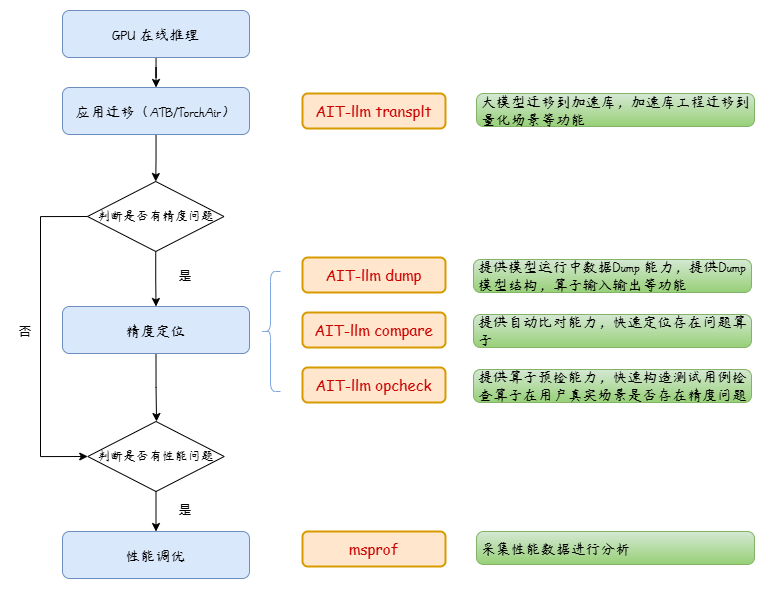
Earlier version of the draw.io export msit-llm-flow.png (xiaobingling93-pixel/Ascend-msit). Source tidied: cells renumbered, new cells last; positions are measured from the earlier drawing's top-left corner, leaving out a move shared by most shapes.
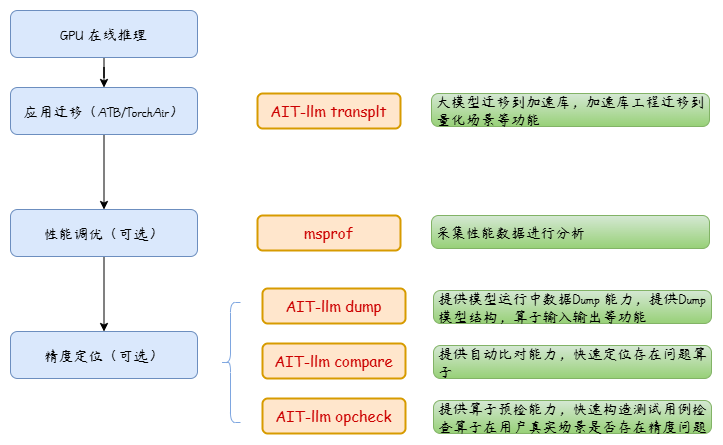
After the commit.

The edit, as a diff of the source:
```diff
@@ -6,84 +6,55 @@
       <mxGeometry relative="1" as="geometry" />
     </mxCell>
     <mxCell id="3" value="GPU 在线推理" style="rounded=1;whiteSpace=wrap;html=1;absoluteArcSize=1;arcSize=14;strokeWidth=1;sketch=0;fillColor=#dae8fc;strokeColor=#6c8ebf;fontFamily=杨任东竹石体;fontSource=%2Ffonts%2F%E6%9D%A8%E4%BB%BB%E4%B8%9C%E7%AB%B9%E7%9F%B3%E4%BD%93.ttf;fontSize=15;shadow=0;fillStyle=cross-hatch;spacing=5;" parent="1" vertex="1">
-      <mxGeometry x="52" width="187" height="47" as="geometry" />
+      <mxGeometry x="-208" y="-12" width="187" height="47" as="geometry" />
     </mxCell>
-    <mxCell id="4" style="edgeStyle=orthogonalEdgeStyle;rounded=0;sketch=0;jettySize=auto;html=1;fontFamily=Comic Sans MS;fontSize=15;fontColor=#EA6B66;entryX=0.5;entryY=0;entryDx=0;entryDy=0;" parent="1" edge="1" source="5" target="20">
-      <mxGeometry relative="1" as="geometry" />
-    </mxCell>
+    <mxCell id="28" style="edgeStyle=orthogonalEdgeStyle;rounded=0;sketch=0;jettySize=auto;html=1;fontFamily=Comic Sans MS;fontSize=15;fontColor=#EA6B66;" parent="1" edge="1" source="5" target="30">
+      <mxGeometry relative="1" as="geometry" />
+    </mxCell>
     <mxCell id="5" value="应用迁移（ATB/TorchAir）" style="rounded=1;whiteSpace=wrap;html=1;absoluteArcSize=1;arcSize=14;strokeWidth=1;sketch=0;fillColor=#dae8fc;strokeColor=#6c8ebf;fontFamily=杨任东竹石体;fontSource=%2Ffonts%2F%E6%9D%A8%E4%BB%BB%E4%B8%9C%E7%AB%B9%E7%9F%B3%E4%BD%93.ttf;fontSize=15;shadow=0;fillStyle=cross-hatch;spacing=5;" parent="1" vertex="1">
-      <mxGeometry x="52" y="77" width="187" height="47" as="geometry" />
+      <mxGeometry x="-208" y="65" width="187" height="47" as="geometry" />
     </mxCell>
-    <mxCell id="6" style="edgeStyle=orthogonalEdgeStyle;rounded=0;sketch=0;jettySize=auto;html=1;fontFamily=Comic Sans MS;fontSize=15;fontColor=#EA6B66;exitX=0.5;exitY=1;exitDx=0;exitDy=0;entryX=0.504;entryY=0;entryDx=0;entryDy=0;entryPerimeter=0;" parent="1" edge="1" source="8" target="23">
-      <mxGeometry relative="1" as="geometry" />
-    </mxCell>
-    <mxCell id="7" value="性能调优" style="rounded=1;whiteSpace=wrap;html=1;absoluteArcSize=1;arcSize=14;strokeWidth=1;sketch=0;fillColor=#dae8fc;strokeColor=#6c8ebf;fontFamily=杨任东竹石体;fontSource=%2Ffonts%2F%E6%9D%A8%E4%BB%BB%E4%B8%9C%E7%AB%B9%E7%9F%B3%E4%BD%93.ttf;fontSize=15;shadow=0;fillStyle=cross-hatch;spacing=5;" parent="1" vertex="1">
-      <mxGeometry x="52" y="521" width="187" height="47" as="geometry" />
-    </mxCell>
-    <mxCell id="8" value="精度定位" style="rounded=1;whiteSpace=wrap;html=1;absoluteArcSize=1;arcSize=14;strokeWidth=1;sketch=0;fillColor=#dae8fc;strokeColor=#6c8ebf;fontFamily=杨任东竹石体;fontSource=%2Ffonts%2F%E6%9D%A8%E4%BB%BB%E4%B8%9C%E7%AB%B9%E7%9F%B3%E4%BD%93.ttf;fontSize=15;shadow=0;fillStyle=cross-hatch;spacing=5;" parent="1" vertex="1">
-      <mxGeometry x="52" y="296" width="187" height="47" as="geometry" />
-    </mxCell>
+    <mxCell id="29" style="edgeStyle=orthogonalEdgeStyle;rounded=0;sketch=0;jettySize=auto;html=1;fontFamily=Comic Sans MS;fontSize=15;fontColor=#EA6B66;" parent="1" edge="1" source="30" target="31">
+      <mxGeometry relative="1" as="geometry" />
+    </mxCell>
+    <mxCell id="30" value="性能调优（可选）" style="rounded=1;whiteSpace=wrap;html=1;absoluteArcSize=1;arcSize=14;strokeWidth=1;sketch=0;fillColor=#dae8fc;strokeColor=#6c8ebf;fontFamily=杨任东竹石体;fontSource=%2Ffonts%2F%E6%9D%A8%E4%BB%BB%E4%B8%9C%E7%AB%B9%E7%9F%B3%E4%BD%93.ttf;fontSize=15;shadow=0;fillStyle=cross-hatch;spacing=5;" parent="1" vertex="1">
+      <mxGeometry x="-208" y="187" width="187" height="47" as="geometry" />
+    </mxCell>
+    <mxCell id="31" value="精度定位（可选）" style="rounded=1;whiteSpace=wrap;html=1;absoluteArcSize=1;arcSize=14;strokeWidth=1;sketch=0;fillColor=#dae8fc;strokeColor=#6c8ebf;fontFamily=杨任东竹石体;fontSource=%2Ffonts%2F%E6%9D%A8%E4%BB%BB%E4%B8%9C%E7%AB%B9%E7%9F%B3%E4%BD%93.ttf;fontSize=15;shadow=0;fillStyle=cross-hatch;spacing=5;" parent="1" vertex="1">
+      <mxGeometry x="-208" y="309" width="187" height="47" as="geometry" />
+    </mxCell>
     <mxCell id="9" value="&lt;span style=&quot;font-size: 15px&quot;&gt;&lt;font color=&quot;#cc0000&quot;&gt;AIT-llm dump&lt;/font&gt;&lt;/span&gt;" style="rounded=1;whiteSpace=wrap;html=1;strokeWidth=2;fillWeight=1;hachureGap=8;hachureAngle=45;fillColor=#ffe6cc;sketch=0;shadow=0;glass=0;fillStyle=zigzag;curveFitting=0.3;fontFamily=Comic Sans MS;fontSize=13;strokeColor=#d79b00;" parent="1" vertex="1">
-      <mxGeometry x="292" y="247" width="143" height="35" as="geometry" />
+      <mxGeometry x="44" y="266" width="143" height="35" as="geometry" />
     </mxCell>
     <mxCell id="10" value="提供模型运行中数据Dump 能力，提供Dump模型结构，算子输入输出等功能" style="rounded=1;whiteSpace=wrap;html=1;absoluteArcSize=1;arcSize=14;strokeWidth=1;sketch=0;fillColor=#d5e8d4;strokeColor=#82b366;fontFamily=杨任东竹石体;fontSource=%2Ffonts%2F%E6%9D%A8%E4%BB%BB%E4%B8%9C%E7%AB%B9%E7%9F%B3%E4%BD%93.ttf;fontSize=15;shadow=0;fillStyle=cross-hatch;spacing=5;gradientColor=#97d077;align=left;" parent="1" vertex="1">
-      <mxGeometry x="463" y="249" width="278" height="33" as="geometry" />
+      <mxGeometry x="215" y="268" width="278" height="33" as="geometry" />
     </mxCell>
     <mxCell id="11" value="&lt;span style=&quot;font-size: 15px&quot;&gt;&lt;font color=&quot;#cc0000&quot;&gt;msprof&lt;/font&gt;&lt;/span&gt;" style="rounded=1;whiteSpace=wrap;html=1;strokeWidth=2;fillWeight=1;hachureGap=8;hachureAngle=45;fillColor=#ffe6cc;sketch=0;shadow=0;glass=0;fillStyle=zigzag;curveFitting=0.3;fontFamily=Comic Sans MS;fontSize=13;strokeColor=#d79b00;" parent="1" vertex="1">
-      <mxGeometry x="292" y="521" width="143" height="35" as="geometry" />
+      <mxGeometry x="39" y="193" width="143" height="35" as="geometry" />
     </mxCell>
     <mxCell id="12" value="&lt;font color=&quot;#cc0000&quot;&gt;&lt;span style=&quot;font-size: 15px&quot;&gt;AIT-llm transplt&lt;/span&gt;&lt;/font&gt;" style="rounded=1;whiteSpace=wrap;html=1;strokeWidth=2;fillWeight=1;hachureGap=8;hachureAngle=45;fillColor=#ffe6cc;sketch=0;shadow=0;glass=0;fillStyle=zigzag;curveFitting=0.3;fontFamily=Comic Sans MS;fontSize=13;strokeColor=#d79b00;" parent="1" vertex="1">
-      <mxGeometry x="292" y="83" width="143" height="35" as="geometry" />
+      <mxGeometry x="39" y="71" width="143" height="35" as="geometry" />
     </mxCell>
     <mxCell id="13" value="大模型迁移到加速库，加速库工程迁移到量化场景等功能" style="rounded=1;whiteSpace=wrap;html=1;absoluteArcSize=1;arcSize=14;strokeWidth=1;sketch=0;fillColor=#d5e8d4;strokeColor=#82b366;fontFamily=杨任东竹石体;fontSource=%2Ffonts%2F%E6%9D%A8%E4%BB%BB%E4%B8%9C%E7%AB%B9%E7%9F%B3%E4%BD%93.ttf;fontSize=15;shadow=0;fillStyle=cross-hatch;spacing=5;gradientColor=#97d077;align=left;" parent="1" vertex="1">
-      <mxGeometry x="466" y="83" width="278" height="33" as="geometry" />
+      <mxGeometry x="213" y="71" width="278" height="33" as="geometry" />
     </mxCell>
     <mxCell id="14" value="&lt;span style=&quot;font-size: 15px&quot;&gt;&lt;font color=&quot;#cc0000&quot;&gt;AIT-llm compare&lt;/font&gt;&lt;/span&gt;" style="rounded=1;whiteSpace=wrap;html=1;strokeWidth=2;fillWeight=1;hachureGap=8;hachureAngle=45;fillColor=#ffe6cc;sketch=0;shadow=0;glass=0;fillStyle=zigzag;curveFitting=0.3;fontFamily=Comic Sans MS;fontSize=13;strokeColor=#d79b00;" parent="1" vertex="1">
-      <mxGeometry x="292" y="302" width="143" height="35" as="geometry" />
+      <mxGeometry x="44" y="321" width="143" height="35" as="geometry" />
     </mxCell>
     <mxCell id="15" value="&lt;span style=&quot;font-size: 15px&quot;&gt;&lt;font color=&quot;#cc0000&quot;&gt;AIT-llm opcheck&lt;/font&gt;&lt;/span&gt;" style="rounded=1;whiteSpace=wrap;html=1;strokeWidth=2;fillWeight=1;hachureGap=8;hachureAngle=45;fillColor=#ffe6cc;sketch=0;shadow=0;glass=0;fillStyle=zigzag;curveFitting=0.3;fontFamily=Comic Sans MS;fontSize=13;strokeColor=#d79b00;" parent="1" vertex="1">
-      <mxGeometry x="292" y="357" width="143" height="35" as="geometry" />
+      <mxGeometry x="44" y="376" width="143" height="35" as="geometry" />
     </mxCell>
     <mxCell id="16" value="提供自动比对能力，快速定位存在问题算子" style="rounded=1;whiteSpace=wrap;html=1;absoluteArcSize=1;arcSize=14;strokeWidth=1;sketch=0;fillColor=#d5e8d4;strokeColor=#82b366;fontFamily=杨任东竹石体;fontSource=%2Ffonts%2F%E6%9D%A8%E4%BB%BB%E4%B8%9C%E7%AB%B9%E7%9F%B3%E4%BD%93.ttf;fontSize=15;shadow=0;fillStyle=cross-hatch;spacing=5;gradientColor=#97d077;align=left;" parent="1" vertex="1">
-      <mxGeometry x="463" y="304" width="278" height="33" as="geometry" />
+      <mxGeometry x="215" y="323" width="278" height="33" as="geometry" />
     </mxCell>
     <mxCell id="17" value="提供算子预检能力，快速构造测试用例检查算子在用户真实场景是否存在精度问题" style="rounded=1;whiteSpace=wrap;html=1;absoluteArcSize=1;arcSize=14;strokeWidth=1;sketch=0;fillColor=#d5e8d4;strokeColor=#82b366;fontFamily=杨任东竹石体;fontSource=%2Ffonts%2F%E6%9D%A8%E4%BB%BB%E4%B8%9C%E7%AB%B9%E7%9F%B3%E4%BD%93.ttf;fontSize=15;shadow=0;fillStyle=cross-hatch;spacing=5;gradientColor=#97d077;align=left;" parent="1" vertex="1">
-      <mxGeometry x="463" y="359" width="278" height="33" as="geometry" />
+      <mxGeometry x="215" y="378" width="278" height="33" as="geometry" />
     </mxCell>
     <mxCell id="18" value="采集性能数据进行分析" style="rounded=1;whiteSpace=wrap;html=1;absoluteArcSize=1;arcSize=14;strokeWidth=1;sketch=0;fillColor=#d5e8d4;strokeColor=#82b366;fontFamily=杨任东竹石体;fontSource=%2Ffonts%2F%E6%9D%A8%E4%BB%BB%E4%B8%9C%E7%AB%B9%E7%9F%B3%E4%BD%93.ttf;fontSize=15;shadow=0;fillStyle=cross-hatch;spacing=5;gradientColor=#97d077;align=left;" parent="1" vertex="1">
-      <mxGeometry x="466" y="521" width="278" height="33" as="geometry" />
+      <mxGeometry x="213" y="193" width="278" height="33" as="geometry" />
     </mxCell>
-    <mxCell id="19" style="shape=curlyBracket;whiteSpace=wrap;html=1;rounded=1;shadow=0;glass=0;sketch=0;fillWeight=0;jiggle=1;fillStyle=hachure;curveFitting=0.2;fontFamily=Comic Sans MS;fontSize=15;fontColor=#CC0000;strokeColor=#7EA6E0;strokeWidth=1;fillColor=#CCE5FF;" parent="1" vertex="1">
-      <mxGeometry x="250" y="261" width="20" height="120" as="geometry" />
-    </mxCell>
-    <mxCell id="20" value="&lt;font face=&quot;杨任东竹石体&quot; style=&quot;font-size: 13px&quot;&gt;判断是否有精度问题&lt;/font&gt;" style="rhombus;whiteSpace=wrap;html=1;align=center;" parent="1" vertex="1">
-      <mxGeometry x="77" y="171" width="136.5" height="70" as="geometry" />
-    </mxCell>
-    <mxCell id="21" style="edgeStyle=orthogonalEdgeStyle;rounded=0;sketch=0;jettySize=auto;html=1;fontFamily=Comic Sans MS;fontSize=15;fontColor=#EA6B66;exitX=0.5;exitY=1;exitDx=0;exitDy=0;entryX=0.5;entryY=0;entryDx=0;entryDy=0;" parent="1" edge="1" source="20" target="8">
-      <mxGeometry relative="1" as="geometry" />
-    </mxCell>
-    <mxCell id="22" value="是" style="text;strokeColor=none;fillColor=none;align=center;verticalAlign=middle;rounded=0;" parent="1" vertex="1">
-      <mxGeometry x="160" y="257" width="30" height="15" as="geometry" />
-    </mxCell>
-    <mxCell id="23" value="&lt;font face=&quot;杨任东竹石体&quot; style=&quot;font-size: 13px&quot;&gt;判断是否有性能问题&lt;/font&gt;" style="rhombus;whiteSpace=wrap;html=1;" parent="1" vertex="1">
-      <mxGeometry x="77.2" y="411" width="136.5" height="70" as="geometry" />
-    </mxCell>
-    <mxCell id="24" value="是" style="text;strokeColor=none;fillColor=none;align=center;verticalAlign=middle;rounded=0;" parent="1" vertex="1">
-      <mxGeometry x="160" y="491" width="30" height="15" as="geometry" />
-    </mxCell>
-    <mxCell id="25" style="edgeStyle=orthogonalEdgeStyle;rounded=0;sketch=0;jettySize=auto;html=1;fontFamily=Comic Sans MS;fontSize=15;fontColor=#EA6B66;exitX=0;exitY=0.5;exitDx=0;exitDy=0;entryX=0;entryY=0.5;entryDx=0;entryDy=0;" parent="1" edge="1" source="20" target="23">
-      <mxGeometry relative="1" as="geometry">
-        <Array as="points">
-          <mxPoint x="30" y="206" />
-          <mxPoint x="30" y="446" />
-        </Array>
-      </mxGeometry>
-    </mxCell>
-    <mxCell id="26" style="edgeStyle=orthogonalEdgeStyle;rounded=0;sketch=0;jettySize=auto;html=1;fontFamily=Comic Sans MS;fontSize=15;fontColor=#EA6B66;exitX=0.5;exitY=1;exitDx=0;exitDy=0;entryX=0.5;entryY=0;entryDx=0;entryDy=0;" parent="1" edge="1" source="23" target="7">
-      <mxGeometry relative="1" as="geometry" />
-    </mxCell>
-    <mxCell id="27" value="否" style="text;strokeColor=none;fillColor=none;align=center;verticalAlign=middle;rounded=0;" parent="1" vertex="1">
-      <mxGeometry y="313" width="30" height="15" as="geometry" />
-    </mxCell>
+    <mxCell id="32" style="shape=curlyBracket;whiteSpace=wrap;html=1;rounded=1;shadow=0;glass=0;sketch=0;fillWeight=0;jiggle=1;fillStyle=hachure;curveFitting=0.2;fontFamily=Comic Sans MS;fontSize=15;fontColor=#CC0000;strokeColor=#7EA6E0;strokeWidth=1;fillColor=#CCE5FF;" parent="1" vertex="1">
+      <mxGeometry x="2" y="280" width="20" height="120" as="geometry" />
+    </mxCell>
   </root>
 </mxGraphModel>
```
